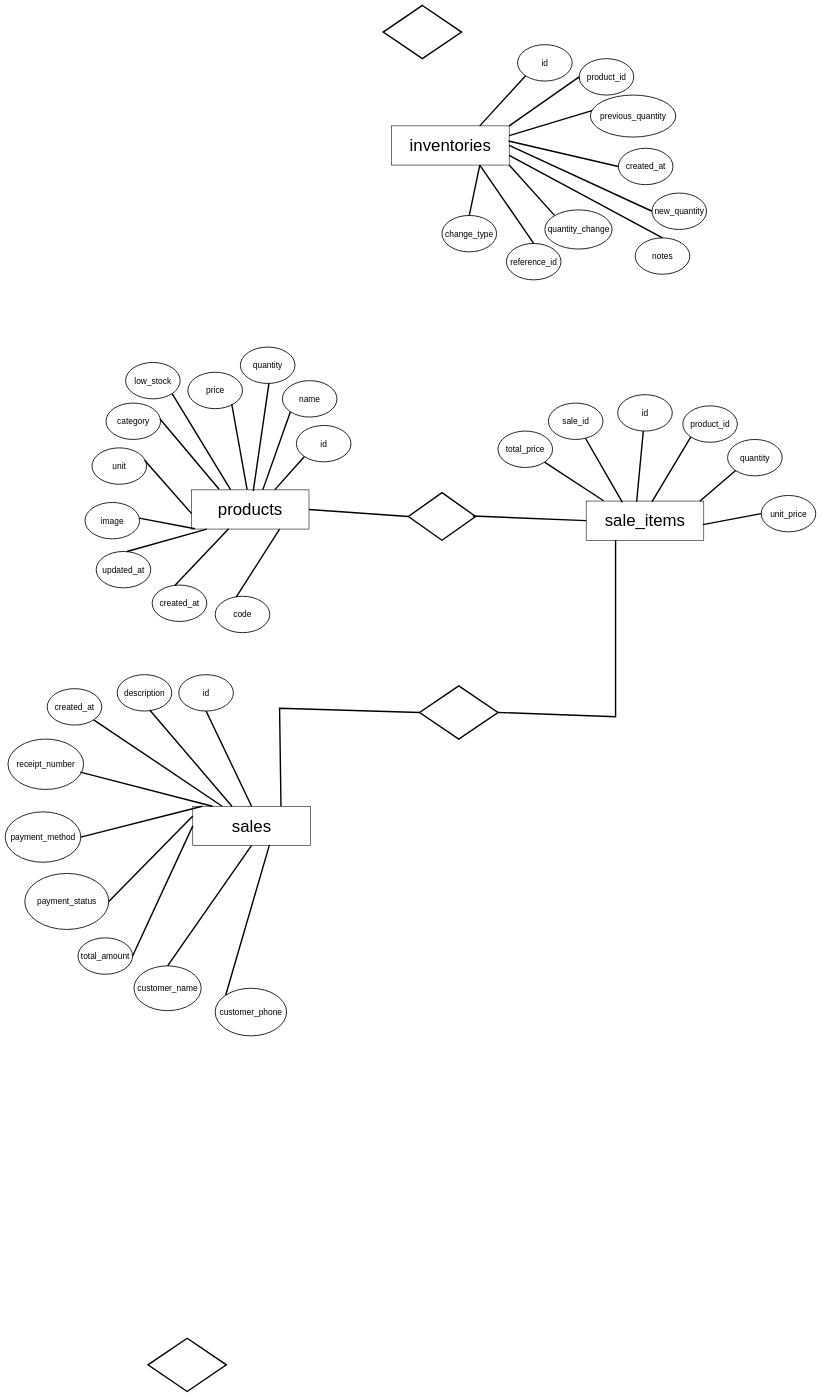
This is App ER Diagram.drawio from ChornChhery/Jame, a draw.io file, before an edit. Source tidied: cells renumbered, new cells numbered last; positions are measured from the earlier drawing's top-left corner, leaving out a move shared by most shapes. Both pictures are drawn from the tidied source at 28%, with x=0, y=0 at pixel (5, 5).
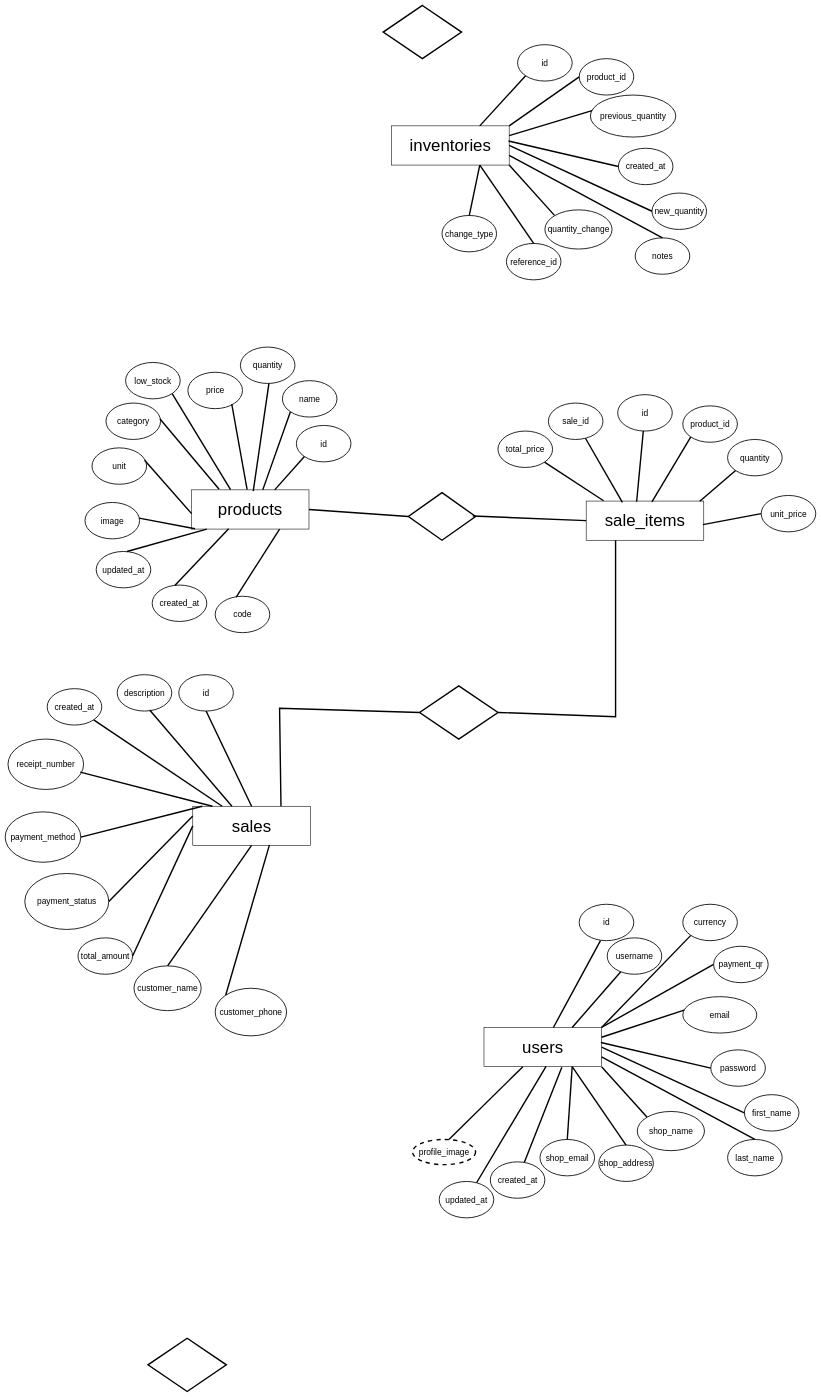
Above is the later version.

What changed in the source:
```diff
@@
+    <mxCell id="84" value="&lt;font style=&quot;font-size: 60px;&quot;&gt;users&lt;/font&gt;" style="rounded=0;whiteSpace=wrap;html=1;strokeWidth=2;" parent="1" vertex="1">
+      <mxGeometry x="1710" y="3650" width="420" height="140" as="geometry" />
+    </mxCell>
+    <mxCell id="85" style="endArrow=none;html=1;rounded=0;strokeWidth=5;entryX=0;entryY=0;entryDx=0;entryDy=0;exitX=1;exitY=1;exitDx=0;exitDy=0;" parent="1" edge="1" source="84" target="91">
+      <mxGeometry relative="1" as="geometry" />
+    </mxCell>
+    <mxCell id="86" value="&lt;span style=&quot;font-size: 30px;&quot;&gt;shop_address&lt;/span&gt;" style="ellipse;whiteSpace=wrap;html=1;strokeWidth=3;" parent="1" vertex="1">
+      <mxGeometry x="2120" y="4070" width="195" height="130" as="geometry" />
+    </mxCell>
+    <mxCell id="87" value="&lt;font style=&quot;font-size: 30px;&quot;&gt;password&lt;/font&gt;" style="ellipse;whiteSpace=wrap;html=1;strokeWidth=3;" parent="1" vertex="1">
+      <mxGeometry x="2520" y="3730" width="195" height="130" as="geometry" />
+    </mxCell>
+    <mxCell id="88" style="endArrow=none;html=1;rounded=0;strokeWidth=5;entryX=0;entryY=1;entryDx=0;entryDy=0;exitX=1;exitY=0;exitDx=0;exitDy=0;" parent="1" edge="1" source="84" target="105">
+      <mxGeometry relative="1" as="geometry" />
+    </mxCell>
+    <mxCell id="89" value="&lt;font style=&quot;font-size: 30px;&quot;&gt;last_name&lt;/font&gt;" style="ellipse;whiteSpace=wrap;html=1;strokeWidth=3;" parent="1" vertex="1">
+      <mxGeometry x="2580" y="4050" width="195" height="130" as="geometry" />
+    </mxCell>
+    <mxCell id="90" style="endArrow=none;html=1;rounded=0;strokeWidth=5;entryX=0.5;entryY=0;entryDx=0;entryDy=0;exitX=0.75;exitY=1;exitDx=0;exitDy=0;" parent="1" edge="1" source="84" target="86">
+      <mxGeometry relative="1" as="geometry" />
+    </mxCell>
+    <mxCell id="91" value="&lt;span style=&quot;font-size: 30px;&quot;&gt;shop_name&lt;/span&gt;" style="ellipse;whiteSpace=wrap;html=1;strokeWidth=3;" parent="1" vertex="1">
+      <mxGeometry x="2257.5" y="3950" width="240" height="140" as="geometry" />
+    </mxCell>
+    <mxCell id="92" value="&lt;font style=&quot;font-size: 30px;&quot;&gt;shop_email&lt;/font&gt;" style="ellipse;whiteSpace=wrap;html=1;strokeWidth=3;" parent="1" vertex="1">
+      <mxGeometry x="1910" y="4050" width="195" height="130" as="geometry" />
+    </mxCell>
+    <mxCell id="93" style="endArrow=none;html=1;rounded=0;strokeWidth=5;entryX=0.5;entryY=0;entryDx=0;entryDy=0;exitX=1;exitY=0.75;exitDx=0;exitDy=0;" parent="1" edge="1" source="84" target="89">
+      <mxGeometry relative="1" as="geometry" />
+    </mxCell>
+    <mxCell id="94" style="endArrow=none;html=1;rounded=0;strokeWidth=5;exitX=0.75;exitY=0;exitDx=0;exitDy=0;" parent="1" edge="1" source="84" target="102">
+      <mxGeometry relative="1" as="geometry" />
+    </mxCell>
+    <mxCell id="95" style="endArrow=none;html=1;rounded=0;strokeWidth=5;entryX=0;entryY=0.5;entryDx=0;entryDy=0;exitX=0.994;exitY=0.385;exitDx=0;exitDy=0;exitPerimeter=0;" parent="1" edge="1" source="84" target="87">
+      <mxGeometry relative="1" as="geometry" />
+    </mxCell>
+    <mxCell id="96" style="endArrow=none;html=1;rounded=0;strokeWidth=5;entryX=0.75;entryY=1;entryDx=0;entryDy=0;exitX=0.5;exitY=0;exitDx=0;exitDy=0;" parent="1" edge="1" source="92" target="84">
+      <mxGeometry relative="1" as="geometry" />
+    </mxCell>
+    <mxCell id="97" value="&lt;font style=&quot;font-size: 30px;&quot;&gt;email&lt;/font&gt;" style="ellipse;whiteSpace=wrap;html=1;strokeWidth=3;" parent="1" vertex="1">
+      <mxGeometry x="2420" y="3540" width="264.3" height="130" as="geometry" />
+    </mxCell>
+    <mxCell id="98" style="endArrow=none;html=1;rounded=0;strokeWidth=5;entryX=0.019;entryY=0.369;entryDx=0;entryDy=0;exitX=1;exitY=0.25;exitDx=0;exitDy=0;entryPerimeter=0;" parent="1" edge="1" source="84" target="97">
+      <mxGeometry relative="1" as="geometry" />
+    </mxCell>
+    <mxCell id="99" value="&lt;font style=&quot;font-size: 30px;&quot;&gt;first_name&lt;/font&gt;" style="ellipse;whiteSpace=wrap;html=1;strokeWidth=3;" parent="1" vertex="1">
+      <mxGeometry x="2640" y="3890" width="195" height="130" as="geometry" />
+    </mxCell>
+    <mxCell id="100" style="endArrow=none;html=1;rounded=0;strokeWidth=5;entryX=0;entryY=0.5;entryDx=0;entryDy=0;exitX=1;exitY=0.5;exitDx=0;exitDy=0;" parent="1" edge="1" source="84" target="99">
+      <mxGeometry relative="1" as="geometry" />
+    </mxCell>
+    <mxCell id="101" value="&lt;font style=&quot;font-size: 30px;&quot;&gt;id&lt;/font&gt;" style="ellipse;whiteSpace=wrap;html=1;strokeWidth=3;" parent="1" vertex="1">
+      <mxGeometry x="2050" y="3210" width="195" height="130" as="geometry" />
+    </mxCell>
+    <mxCell id="102" value="&lt;font style=&quot;font-size: 30px;&quot;&gt;username&lt;/font&gt;" style="ellipse;whiteSpace=wrap;html=1;strokeWidth=3;" parent="1" vertex="1">
+      <mxGeometry x="2150" y="3330" width="195" height="130" as="geometry" />
+    </mxCell>
+    <mxCell id="103" style="endArrow=none;html=1;rounded=0;strokeWidth=5;entryX=0.39;entryY=1;entryDx=0;entryDy=0;entryPerimeter=0;" parent="1" edge="1" source="84" target="101">
+      <mxGeometry relative="1" as="geometry" />
+    </mxCell>
+    <mxCell id="104" style="endArrow=none;html=1;rounded=0;strokeWidth=5;entryX=0;entryY=0.5;entryDx=0;entryDy=0;exitX=1;exitY=0;exitDx=0;exitDy=0;" parent="1" edge="1" source="84" target="107">
+      <mxGeometry relative="1" as="geometry" />
+    </mxCell>
+    <mxCell id="105" value="&lt;font style=&quot;font-size: 30px;&quot;&gt;currency&lt;/font&gt;" style="ellipse;whiteSpace=wrap;html=1;strokeWidth=3;" parent="1" vertex="1">
+      <mxGeometry x="2420" y="3210" width="195" height="130" as="geometry" />
+    </mxCell>
+    <mxCell id="106" style="endArrow=none;html=1;rounded=0;strokeWidth=5;entryX=0.662;entryY=1.014;entryDx=0;entryDy=0;exitX=0.624;exitY=0.013;exitDx=0;exitDy=0;entryPerimeter=0;exitPerimeter=0;" parent="1" edge="1" source="111" target="84">
+      <mxGeometry relative="1" as="geometry" />
+    </mxCell>
+    <mxCell id="107" value="&lt;font style=&quot;font-size: 30px;&quot;&gt;payment_qr&lt;/font&gt;" style="ellipse;whiteSpace=wrap;html=1;strokeWidth=3;" parent="1" vertex="1">
+      <mxGeometry x="2530" y="3360" width="195" height="130" as="geometry" />
+    </mxCell>
+    <mxCell id="108" style="endArrow=none;html=1;rounded=0;strokeWidth=5;entryX=0.528;entryY=0.99;entryDx=0;entryDy=0;entryPerimeter=0;" parent="1" edge="1" source="109" target="84">
+      <mxGeometry relative="1" as="geometry" />
+    </mxCell>
+    <mxCell id="109" value="&lt;font style=&quot;font-size: 30px;&quot;&gt;updated_at&lt;/font&gt;" style="ellipse;whiteSpace=wrap;html=1;strokeWidth=3;" parent="1" vertex="1">
+      <mxGeometry x="1550" y="4200" width="195" height="130" as="geometry" />
+    </mxCell>
+    <mxCell id="110" style="endArrow=none;html=1;rounded=0;strokeWidth=5;exitX=0.565;exitY=0.034;exitDx=0;exitDy=0;exitPerimeter=0;" parent="1" edge="1" source="112" target="84">
+      <mxGeometry relative="1" as="geometry" />
+    </mxCell>
+    <mxCell id="111" value="&lt;font style=&quot;font-size: 30px;&quot;&gt;created_at&lt;/font&gt;" style="ellipse;whiteSpace=wrap;html=1;strokeWidth=3;" parent="1" vertex="1">
+      <mxGeometry x="1732.5" y="4130" width="195" height="130" as="geometry" />
+    </mxCell>
+    <mxCell id="112" value="&lt;font style=&quot;font-size: 30px;&quot;&gt;profile_image&lt;/font&gt;" style="ellipse;whiteSpace=wrap;html=1;align=center;dashed=1;strokeWidth=5;" parent="1" vertex="1">
+      <mxGeometry x="1455" y="4050" width="225" height="90" as="geometry" />
+    </mxCell>
```
